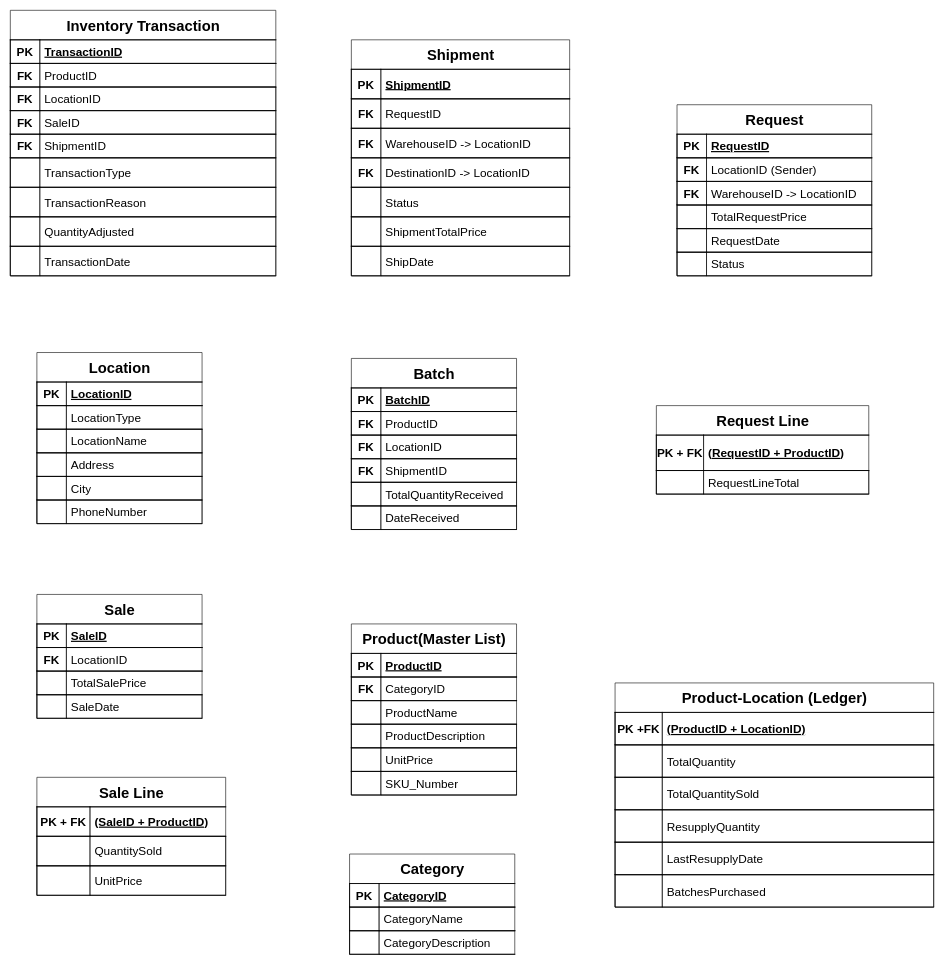
popados/01_diagrams keeps this draw.io diagram as GroceryERD.drawio. Above is the earlier version. Source tidied: cells renumbered, new cells numbered last; positions are measured from the earlier drawing's top-left corner, leaving out a move shared by most shapes. Both pictures are drawn from the tidied source at 59%, with x=0, y=0 at pixel (10, 10).
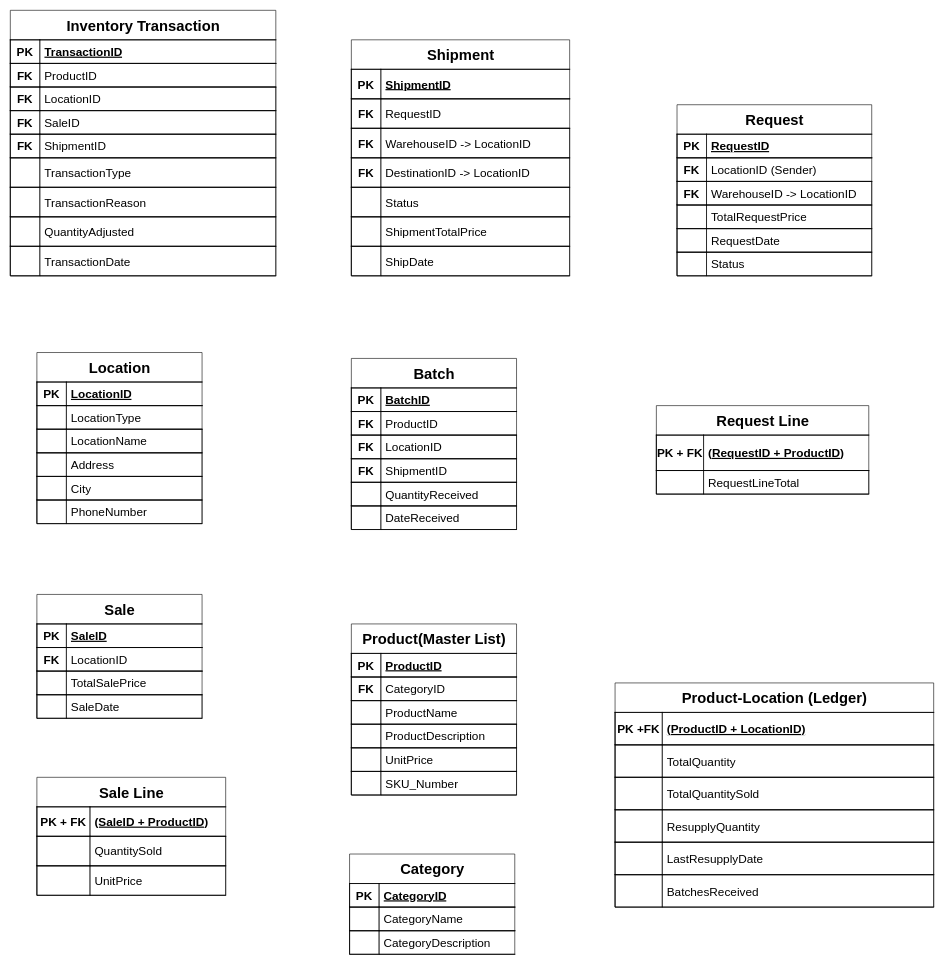
Above is the later version.

The change refers to these unchanged cells:
```xml
<mxCell id="66" style="shape=tableRow;horizontal=0;startSize=0;swimlaneHead=0;swimlaneBody=0;fillColor=none;top=1;left=1;right=0;bottom=1;" parent="50" vertex="1">
  <mxGeometry y="325" width="540" height="55" as="geometry" />
</mxCell>
<mxCell id="130" style="shape=tableRow;horizontal=0;startSize=0;swimlaneHead=0;swimlaneBody=0;fillColor=none;top=1;left=1;right=0;bottom=1;" parent="117" vertex="1">
  <mxGeometry y="210" width="280" height="40" as="geometry" />
</mxCell>
```

Change to the diagram source:
```diff
@@
-    <mxCell id="68" value="BatchesPurchased" style="shape=partialRectangle;fillColor=none;top=1;left=1;bottom=1;right=1;align=left;spacingLeft=6;overflow=hidden;whiteSpace=wrap;html=1;fontSize=20;" parent="66" vertex="1">
+    <mxCell id="68" value="BatchesReceived" style="shape=partialRectangle;fillColor=none;top=1;left=1;bottom=1;right=1;align=left;spacingLeft=6;overflow=hidden;whiteSpace=wrap;html=1;fontSize=20;" parent="66" vertex="1">
       <mxGeometry x="80" width="460" height="55" as="geometry" />
     </mxCell>
@@
-    <mxCell id="132" value="TotalQuantityReceived" style="shape=partialRectangle;fillColor=none;top=1;left=1;bottom=1;right=1;align=left;spacingLeft=6;overflow=hidden;whiteSpace=wrap;html=1;fontSize=20;" parent="130" vertex="1">
+    <mxCell id="132" value="QuantityReceived" style="shape=partialRectangle;fillColor=none;top=1;left=1;bottom=1;right=1;align=left;spacingLeft=6;overflow=hidden;whiteSpace=wrap;html=1;fontSize=20;" parent="130" vertex="1">
       <mxGeometry x="50" width="230" height="40" as="geometry" />
     </mxCell>
```
